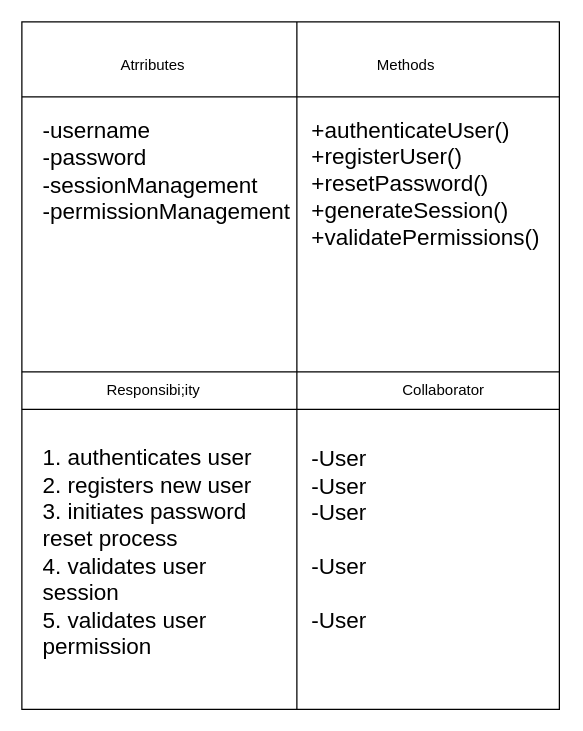
Before: Software-Requirement-Specification/Class-Based-Modeling/CRC/Class-Cards/Class Diagram/authentication.drawio in fiercePanda007/SPL2-EcommerceWebApp, a draw.io diagram. Source tidied: cells renumbered, new cells numbered last; positions are measured from the earlier drawing's top-left corner, leaving out a move shared by most shapes. Both pictures are drawn from the tidied source at 125%, with x=0, y=0 at pixel (21, 21).
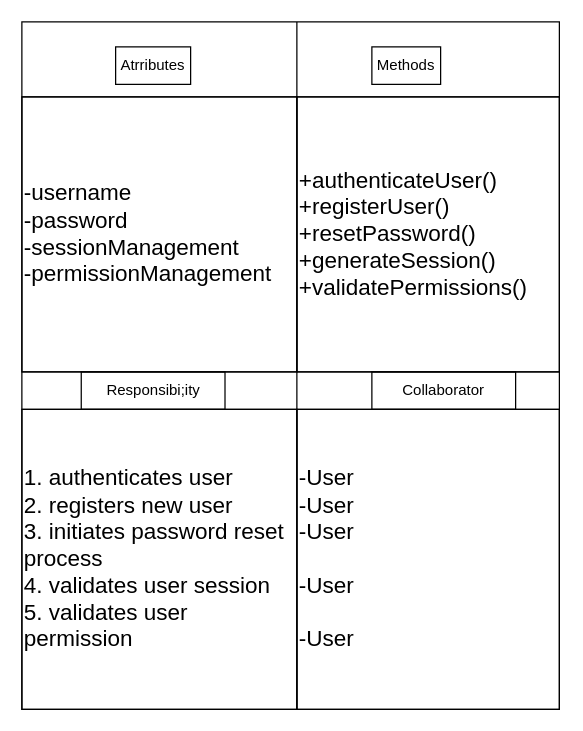
The same diagram, later.

Diff of the diagram source:
```diff
@@
-<mxGraphModel>
+<mxGraphModel background="#ffffff">
   <root>
     <mxCell id="0" />
     <mxCell id="1" parent="0" />
-    <mxCell id="2" style="shape=internalStorage;whiteSpace=wrap;html=1;backgroundOutline=1;dx=220;dy=60;" parent="1" vertex="1">
+    <mxCell id="2" style="shape=internalStorage;whiteSpace=wrap;html=1;backgroundOutline=1;dx=220;dy=60;fillColor=none;strokeColor=#000000;fontColor=#000000;" parent="1" vertex="1">
       <mxGeometry width="430" height="550" as="geometry" />
     </mxCell>
-    <mxCell id="3" value="Atrributes" style="text;html=1;strokeColor=none;fillColor=none;align=center;verticalAlign=middle;whiteSpace=wrap;rounded=0;" parent="1" vertex="1">
+    <mxCell id="3" value="Atrributes" style="text;html=1;strokeColor=#000000;fillColor=none;align=center;verticalAlign=middle;whiteSpace=wrap;rounded=0;fontColor=#000000;" parent="1" vertex="1">
       <mxGeometry x="75" y="20" width="60" height="30" as="geometry" />
     </mxCell>
-    <mxCell id="4" value="Methods" style="text;html=1;strokeColor=none;fillColor=none;align=center;verticalAlign=middle;whiteSpace=wrap;rounded=0;" parent="1" vertex="1">
+    <mxCell id="4" value="Methods" style="text;html=1;strokeColor=#000000;fillColor=none;align=center;verticalAlign=middle;whiteSpace=wrap;rounded=0;fontColor=#000000;" parent="1" vertex="1">
       <mxGeometry x="280" y="20" width="55" height="30" as="geometry" />
     </mxCell>
-    <mxCell id="5" style="endArrow=none;html=1;" parent="1" edge="1" target="2">
+    <mxCell id="5" style="endArrow=none;html=1;fillColor=none;strokeColor=#000000;fontColor=#000000;" parent="1" edge="1" target="2">
       <mxGeometry relative="1" as="geometry">
         <mxPoint y="280" as="sourcePoint" />
         <Array as="points">
           <mxPoint x="430" y="280" />
         </Array>
       </mxGeometry>
     </mxCell>
-    <mxCell id="6" style="endArrow=none;html=1;" parent="1" edge="1">
+    <mxCell id="6" style="endArrow=none;html=1;fillColor=none;strokeColor=#000000;fontColor=#000000;" parent="1" edge="1">
       <mxGeometry relative="1" as="geometry">
         <mxPoint y="310" as="sourcePoint" />
         <mxPoint x="430" y="310" as="targetPoint" />
         <Array as="points">
           <mxPoint x="430" y="310" />
         </Array>
       </mxGeometry>
     </mxCell>
-    <mxCell id="7" value="Responsibi;ity" style="text;html=1;strokeColor=none;fillColor=none;align=center;verticalAlign=middle;whiteSpace=wrap;rounded=0;" parent="1" vertex="1">
+    <mxCell id="7" value="Responsibi;ity" style="text;html=1;strokeColor=#000000;fillColor=none;align=center;verticalAlign=middle;whiteSpace=wrap;rounded=0;fontColor=#000000;" parent="1" vertex="1">
       <mxGeometry x="47.5" y="280" width="115" height="30" as="geometry" />
     </mxCell>
-    <mxCell id="8" value="Collaborator" style="text;html=1;strokeColor=none;fillColor=none;align=center;verticalAlign=middle;whiteSpace=wrap;rounded=0;" parent="1" vertex="1">
+    <mxCell id="8" value="Collaborator" style="text;html=1;strokeColor=#000000;fillColor=none;align=center;verticalAlign=middle;whiteSpace=wrap;rounded=0;fontColor=#000000;" parent="1" vertex="1">
       <mxGeometry x="280" y="280" width="115" height="30" as="geometry" />
     </mxCell>
-    <mxCell id="9" value="&lt;font style=&quot;font-size: 18px;&quot;&gt;-username&lt;br&gt;-password&lt;br&gt;-sessionManagement&lt;br&gt;-permissionManagement&lt;br&gt;&lt;/font&gt;" style="text;html=1;strokeColor=none;fillColor=none;align=left;verticalAlign=middle;whiteSpace=wrap;rounded=0;" parent="1" vertex="1">
-      <mxGeometry x="15" y="40" width="205" height="160" as="geometry" />
+    <mxCell id="9" value="&lt;font style=&quot;font-size: 18px;&quot;&gt;-username&lt;br&gt;-password&lt;br&gt;-sessionManagement&lt;br&gt;-permissionManagement&lt;br&gt;&lt;/font&gt;" style="text;html=1;strokeColor=#000000;fillColor=none;align=left;verticalAlign=middle;whiteSpace=wrap;rounded=0;fontColor=#000000;" parent="1" vertex="1">
+      <mxGeometry y="60" width="220" height="220" as="geometry" />
     </mxCell>
-    <mxCell id="10" value="&lt;font style=&quot;font-size: 18px;&quot;&gt;+authenticateUser()&lt;br&gt;+registerUser()&lt;br&gt;+resetPassword()&lt;br&gt;+generateSession()&lt;br&gt;+validatePermissions()&lt;br&gt;&lt;/font&gt;" style="text;html=1;strokeColor=none;fillColor=none;align=left;verticalAlign=middle;whiteSpace=wrap;rounded=0;" parent="1" vertex="1">
-      <mxGeometry x="230" y="40" width="200" height="180" as="geometry" />
+    <mxCell id="10" value="&lt;font style=&quot;font-size: 18px;&quot;&gt;+authenticateUser()&lt;br&gt;+registerUser()&lt;br&gt;+resetPassword()&lt;br&gt;+generateSession()&lt;br&gt;+validatePermissions()&lt;br&gt;&lt;/font&gt;" style="text;html=1;strokeColor=#000000;fillColor=none;align=left;verticalAlign=middle;whiteSpace=wrap;rounded=0;fontColor=#000000;" parent="1" vertex="1">
+      <mxGeometry x="220" y="60" width="210" height="220" as="geometry" />
     </mxCell>
-    <mxCell id="11" value="&lt;font style=&quot;font-size: 18px;&quot;&gt;1. authenticates user&lt;br&gt;2. registers new user&lt;br&gt;3. initiates password reset process&lt;br&gt;4. validates user session&lt;br&gt;5. validates user permission&lt;br&gt;&lt;/font&gt;" style="text;html=1;strokeColor=none;fillColor=none;align=left;verticalAlign=middle;whiteSpace=wrap;rounded=0;" parent="1" vertex="1">
-      <mxGeometry x="15" y="320" width="185" height="210" as="geometry" />
+    <mxCell id="11" value="&lt;font style=&quot;font-size: 18px;&quot;&gt;1. authenticates user&lt;br&gt;2. registers new user&lt;br&gt;3. initiates password reset process&lt;br&gt;4. validates user session&lt;br&gt;5. validates user permission&lt;br&gt;&lt;/font&gt;" style="text;html=1;strokeColor=#000000;fillColor=none;align=left;verticalAlign=middle;whiteSpace=wrap;rounded=0;fontColor=#000000;" parent="1" vertex="1">
+      <mxGeometry y="310" width="220" height="240" as="geometry" />
     </mxCell>
-    <mxCell id="12" value="&lt;span style=&quot;font-size: 18px;&quot;&gt;-User&lt;br&gt;-User&lt;br&gt;-User&lt;br&gt;&lt;br&gt;-User&lt;br&gt;&lt;br&gt;-User&lt;br&gt;&lt;/span&gt;" style="text;html=1;strokeColor=none;fillColor=none;align=left;verticalAlign=middle;whiteSpace=wrap;rounded=0;" parent="1" vertex="1">
-      <mxGeometry x="230" y="310" width="170" height="210" as="geometry" />
+    <mxCell id="12" value="&lt;span style=&quot;font-size: 18px;&quot;&gt;-User&lt;br&gt;-User&lt;br&gt;-User&lt;br&gt;&lt;br&gt;-User&lt;br&gt;&lt;br&gt;-User&lt;br&gt;&lt;/span&gt;" style="text;html=1;strokeColor=#000000;fillColor=none;align=left;verticalAlign=middle;whiteSpace=wrap;rounded=0;fontColor=#000000;" parent="1" vertex="1">
+      <mxGeometry x="220" y="310" width="210" height="240" as="geometry" />
     </mxCell>
   </root>
 </mxGraphModel>
```
